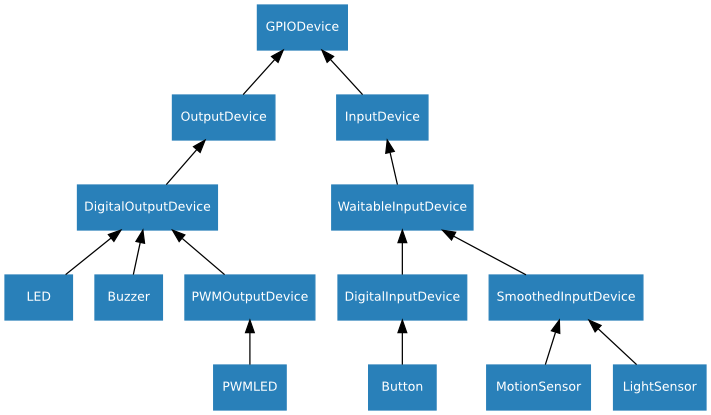
gpiozero/gpiozero keeps this Graphviz diagram as docs/images/gpio_device_hierarchy.png. Above is the earlier version. Its source is kept beside it as docs/images/gpio_device_hierarchy.dot.
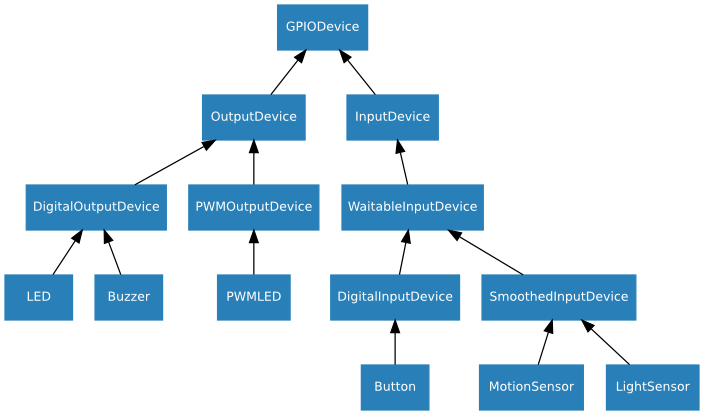
Later version of the same file.

The edit, as a diff of the source:
```diff
@@ -17,6 +17,6 @@
     DigitalOutputDevice->OutputDevice;
     LED->DigitalOutputDevice;
     Buzzer->DigitalOutputDevice;
-    PWMOutputDevice->DigitalOutputDevice;
+    PWMOutputDevice->OutputDevice;
     PWMLED->PWMOutputDevice;
 }
```
